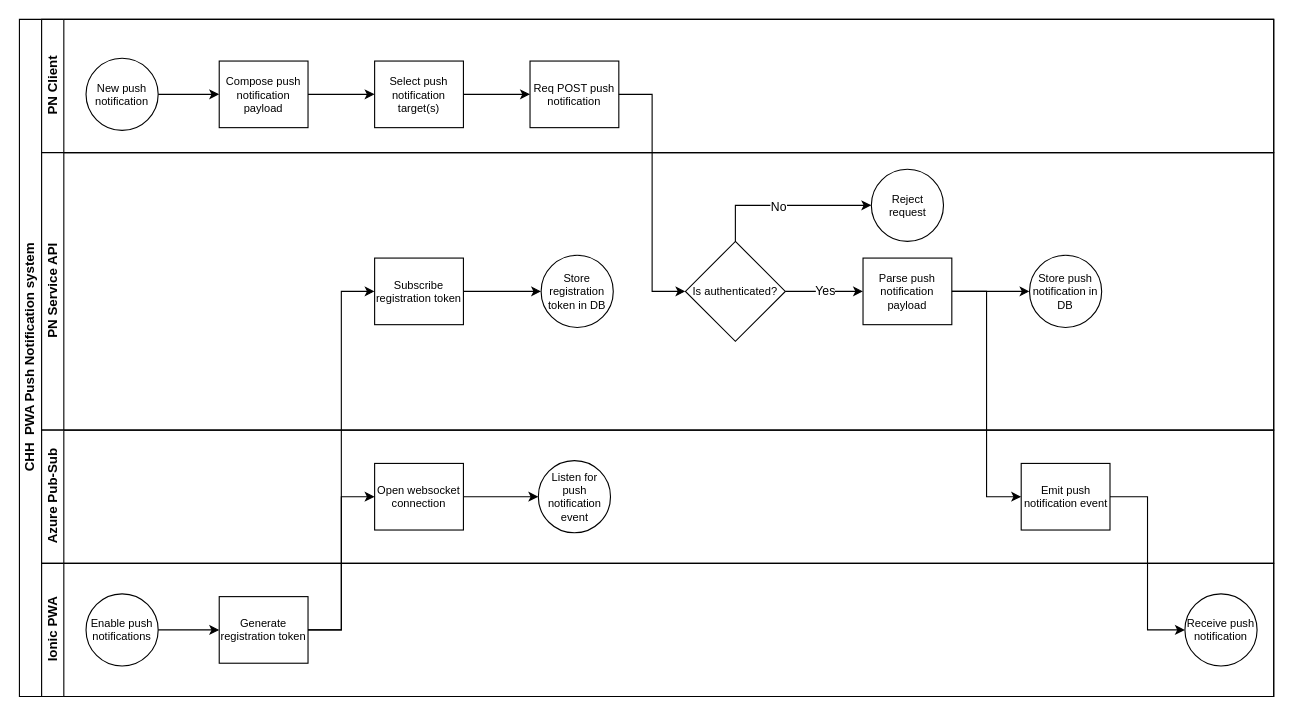
Above: chh-push-notification-swimlane.drawio in anon-legion/chh-push-notification (draw.io), before the change. Source tidied: cells renumbered, new cells numbered last; positions are measured from the earlier drawing's top-left corner, leaving out a move shared by most shapes. Both pictures are drawn from the tidied source at 111%, with x=0, y=0 at pixel (19, 19).
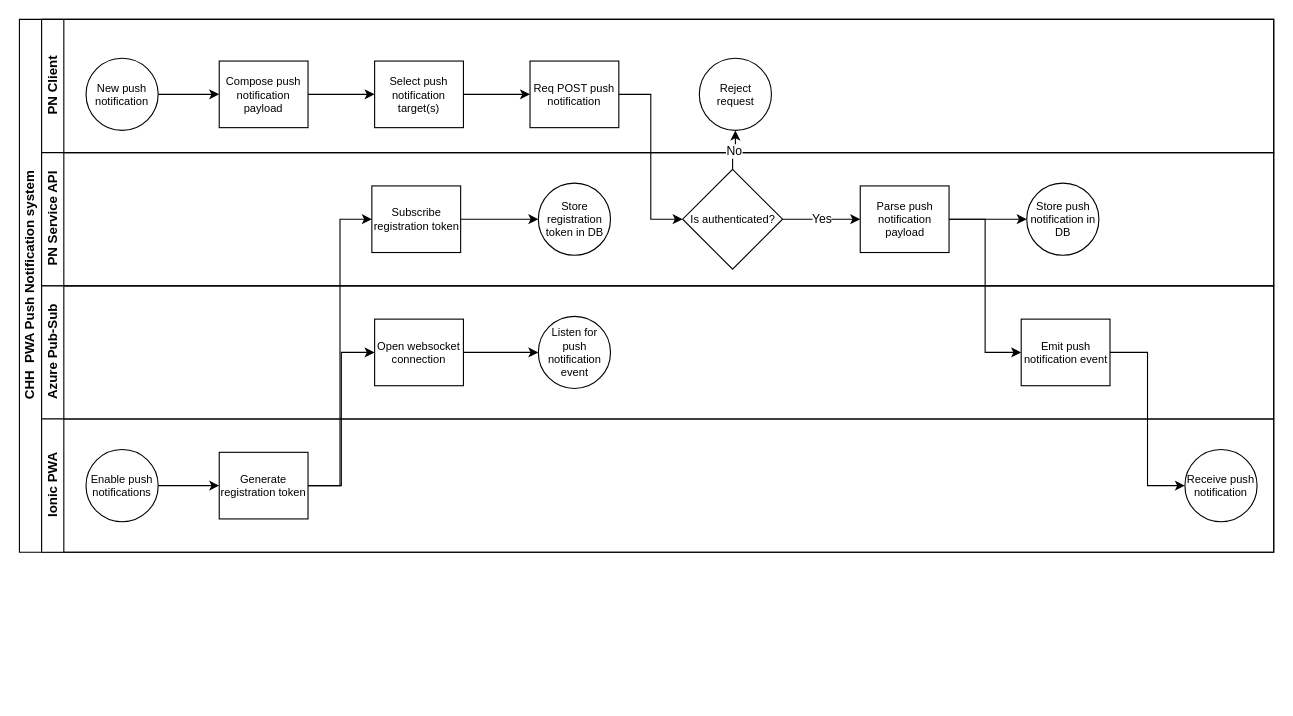
The same page after the edit.

Commit message:
Update chh-push-notification-swimlane.drawio PN client end process

Unchanged cells that the change refers to:
```xml
<mxCell id="3" value="&lt;div&gt;PN Client&lt;/div&gt;" style="swimlane;html=1;startSize=20;horizontal=0;" parent="2" vertex="1">
  <mxGeometry x="20" width="1110" height="120" as="geometry" />
</mxCell>
```

Diff of the diagram source:
```diff
@@
     <mxCell id="2" value="CHH&amp;nbsp; PWA Push Notification system" style="swimlane;html=1;horizontal=0;startSize=20;" parent="1" vertex="1">
-      <mxGeometry width="1130" height="610" as="geometry" />
+      <mxGeometry width="1130" height="480" as="geometry" />
     </mxCell>
@@
+    <mxCell id="17" value="Reject request" style="ellipse;whiteSpace=wrap;html=1;fontSize=10;rotation=0;" parent="3" vertex="1">
+      <mxGeometry x="592.5" y="35" width="65" height="65" as="geometry" />
+    </mxCell>
     <mxCell id="11" value="&lt;div&gt;PN Service API&lt;br&gt;&lt;/div&gt;" style="swimlane;html=1;startSize=20;horizontal=0;" parent="2" vertex="1">
-      <mxGeometry x="20" y="120" width="1110" height="250" as="geometry" />
+      <mxGeometry x="20" y="120" width="1110" height="120" as="geometry" />
     </mxCell>
-    <mxCell id="12" style="edgeStyle=orthogonalEdgeStyle;rounded=0;jettySize=auto;html=1;exitX=0.5;exitY=0;exitDx=0;exitDy=0;fontSize=10;" parent="11" edge="1" source="16" target="17">
-      <mxGeometry relative="1" as="geometry" />
-    </mxCell>
-    <mxCell id="13" value="No" style="edgeLabel;html=1;align=center;verticalAlign=middle;" parent="12" vertex="1">
-      <mxGeometry x="-0.09" y="-1" relative="1" as="geometry" />
-    </mxCell>
@@
     <mxCell id="16" value="Is authenticated?" style="rhombus;whiteSpace=wrap;html=1;fontSize=10;fontColor=#000000;rounded=0;rotation=0;" parent="11" vertex="1">
-      <mxGeometry x="580" y="80" width="90" height="90" as="geometry" />
+      <mxGeometry x="577.5" y="15" width="90" height="90" as="geometry" />
     </mxCell>
-    <mxCell id="17" value="Reject request" style="ellipse;whiteSpace=wrap;html=1;fontSize=10;rotation=0;" parent="11" vertex="1">
-      <mxGeometry x="747.5" y="15" width="65" height="65" as="geometry" />
-    </mxCell>
@@
     <mxCell id="19" value="Parse push notification payload" style="rounded=0;whiteSpace=wrap;html=1;fontFamily=Helvetica;fontSize=10;fontColor=#000000;align=center;" parent="11" vertex="1">
-      <mxGeometry x="740" y="95" width="80" height="60" as="geometry" />
+      <mxGeometry x="737.5" y="30" width="80" height="60" as="geometry" />
     </mxCell>
@@
     <mxCell id="21" value="Subscribe registration token" style="rounded=0;whiteSpace=wrap;html=1;fontFamily=Helvetica;fontSize=10;fontColor=#000000;align=center;" parent="11" vertex="1">
-      <mxGeometry x="300" y="95" width="80" height="60" as="geometry" />
+      <mxGeometry x="297.5" y="30" width="80" height="60" as="geometry" />
     </mxCell>
     <mxCell id="22" value="Store registration token in DB" style="ellipse;whiteSpace=wrap;html=1;fontSize=10;rotation=0;" parent="11" vertex="1">
-      <mxGeometry x="450" y="92.5" width="65" height="65" as="geometry" />
+      <mxGeometry x="447.5" y="27.5" width="65" height="65" as="geometry" />
     </mxCell>
     <mxCell id="23" value="Store push notification in DB" style="ellipse;whiteSpace=wrap;html=1;fontSize=10;rotation=0;" parent="11" vertex="1">
-      <mxGeometry x="890" y="92.5" width="65" height="65" as="geometry" />
+      <mxGeometry x="887.5" y="27.5" width="65" height="65" as="geometry" />
     </mxCell>
@@
     <mxCell id="25" value="&lt;div&gt;Azure Pub-Sub&lt;/div&gt;" style="swimlane;html=1;startSize=20;horizontal=0;" parent="2" vertex="1">
-      <mxGeometry x="20" y="370" width="1110" height="120" as="geometry" />
+      <mxGeometry x="20" y="240" width="1110" height="120" as="geometry" />
     </mxCell>
@@
     <mxCell id="30" value="&lt;div&gt;Ionic PWA&lt;/div&gt;" style="swimlane;html=1;startSize=20;horizontal=0;" parent="2" vertex="1">
-      <mxGeometry x="20" y="490" width="1110" height="120" as="geometry" />
+      <mxGeometry x="20" y="360" width="1110" height="120" as="geometry" />
     </mxCell>
@@
+    <mxCell id="12" style="edgeStyle=orthogonalEdgeStyle;rounded=0;jettySize=auto;html=1;exitX=0.5;exitY=0;exitDx=0;exitDy=0;fontSize=10;" parent="2" edge="1" source="16" target="17">
+      <mxGeometry relative="1" as="geometry" />
+    </mxCell>
+    <mxCell id="13" value="No" style="edgeLabel;html=1;align=center;verticalAlign=middle;" parent="12" vertex="1">
+      <mxGeometry x="-0.09" y="-1" relative="1" as="geometry" />
+    </mxCell>
```
